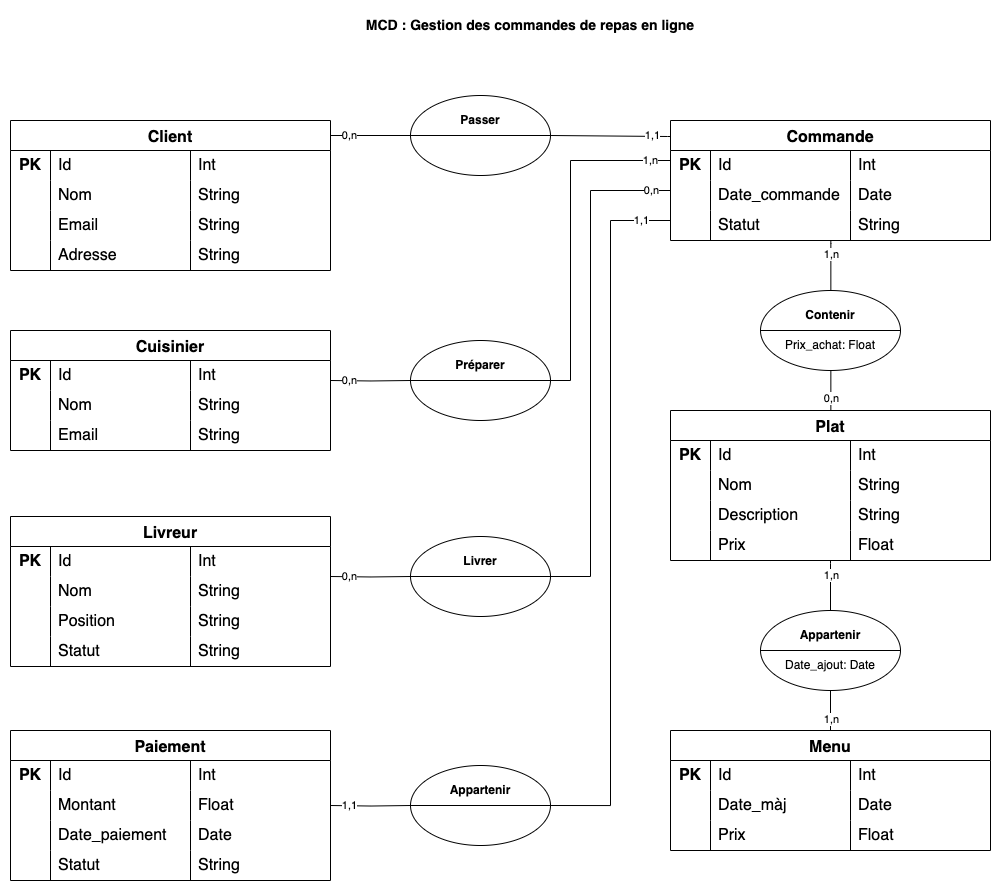
Above: Semaine 2 - Merise - Agile/01 - Merise/images/02-example.png in nicolasvauchenet/cours_methodologie (draw.io), before the change. Source tidied: cells renumbered, new cells last; positions are measured from the earlier drawing's top-left corner, leaving out a move shared by most shapes.
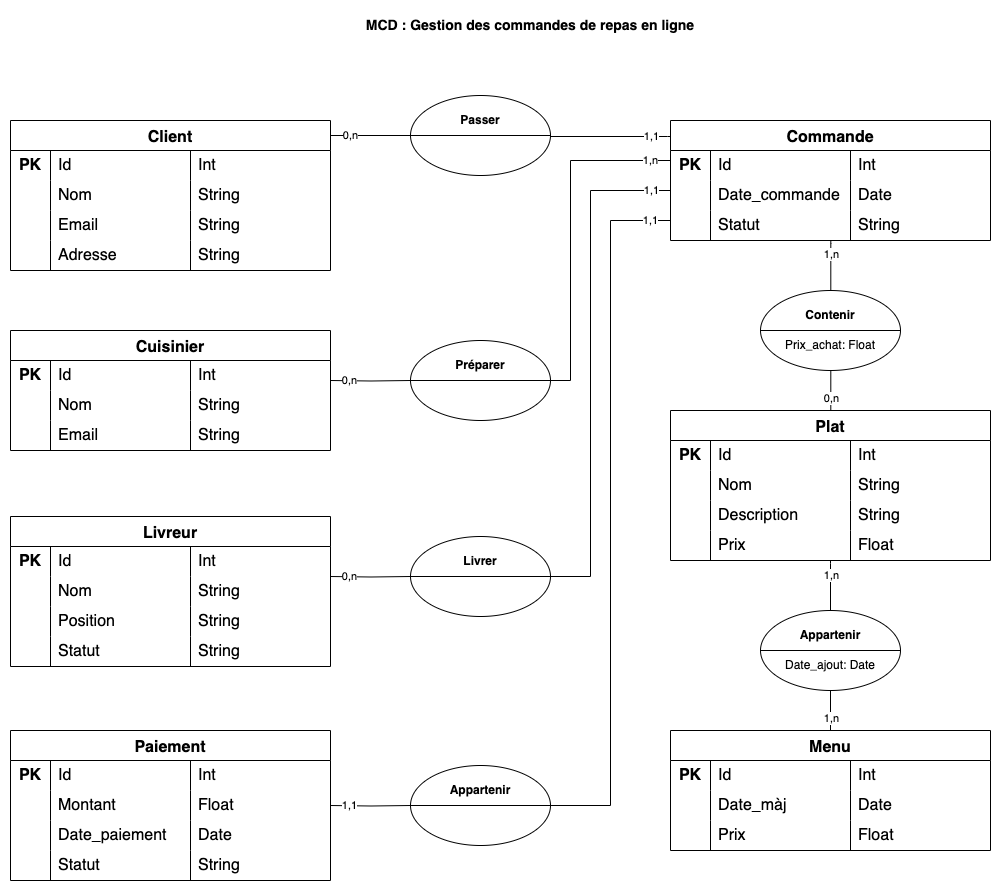
The same file after the commit.

Diff of the diagram source:
```diff
@@ -414,7 +414,7 @@
         </Array>
       </mxGeometry>
     </mxCell>
-    <mxCell id="122" value="0,n" style="edgeLabel;html=1;align=center;verticalAlign=middle;" parent="121" vertex="1">
+    <mxCell id="122" value="1,1" style="edgeLabel;html=1;align=center;verticalAlign=middle;" parent="121" vertex="1">
       <mxGeometry x="0.9" y="3" relative="1" as="geometry">
         <mxPoint x="4" y="2" as="offset" />
       </mxGeometry>
@@ -497,7 +497,7 @@
     </mxCell>
     <mxCell id="145" value="1,1" style="edgeLabel;html=1;align=center;verticalAlign=middle;" parent="144" vertex="1">
       <mxGeometry x="0.9" y="3" relative="1" as="geometry">
-        <mxPoint x="4" y="2" as="offset" />
+        <mxPoint x="13" y="2" as="offset" />
       </mxGeometry>
     </mxCell>
   </root>
```
